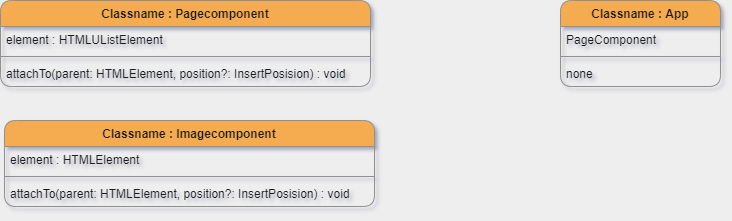
Above: ClassDiagram/class-diagram-motion-initialPage.png in goldmayo/Motion (draw.io), before the change. Source tidied: cells renumbered, new cells last; positions are measured from the earlier drawing's top-left corner, leaving out a move shared by most shapes.
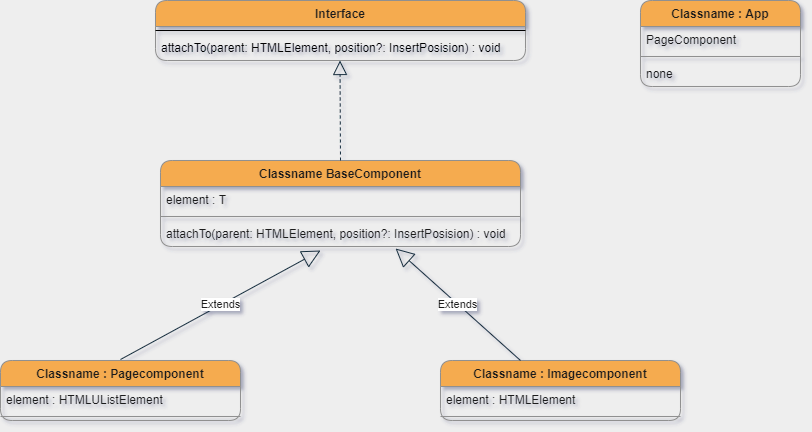
Above is the later version.

The edit, as a diff of the source:
```diff
@@ -3,7 +3,7 @@
     <mxCell id="0" />
     <mxCell id="1" parent="0" />
     <mxCell id="2" value="Classname : App" style="swimlane;fontStyle=1;align=center;verticalAlign=top;horizontal=1;startSize=26;rounded=1;strokeColor=#909090;fillColor=#F5AB50;fontColor=#1A1A1A;" parent="1" vertex="1">
-      <mxGeometry x="560" width="160" height="86" as="geometry" />
+      <mxGeometry x="360" width="160" height="86" as="geometry" />
     </mxCell>
     <mxCell id="3" value="PageComponent" style="text;strokeColor=none;fillColor=none;align=left;verticalAlign=top;spacingLeft=4;spacingRight=4;overflow=hidden;fontColor=#1A1A1A;" parent="2" vertex="1">
       <mxGeometry y="26" width="160" height="26" as="geometry" />
@@ -15,28 +15,59 @@
       <mxGeometry y="60" width="160" height="26" as="geometry" />
     </mxCell>
     <mxCell id="6" value="Classname : Pagecomponent" style="swimlane;fontStyle=1;align=center;verticalAlign=top;horizontal=1;startSize=26;rounded=1;strokeColor=#909090;fillColor=#F5AB50;fontColor=#1A1A1A;" parent="1" vertex="1">
-      <mxGeometry width="370" height="86" as="geometry" />
+      <mxGeometry x="-280" y="360" width="240" height="60" as="geometry" />
     </mxCell>
     <mxCell id="7" value="element : HTMLUListElement" style="text;strokeColor=none;fillColor=none;align=left;verticalAlign=top;spacingLeft=4;spacingRight=4;overflow=hidden;fontColor=#1A1A1A;" parent="6" vertex="1">
-      <mxGeometry y="26" width="370" height="26" as="geometry" />
+      <mxGeometry y="26" width="240" height="26" as="geometry" />
     </mxCell>
     <mxCell id="8" style="line;strokeWidth=1;fillColor=none;align=left;verticalAlign=middle;spacingTop=-1;spacingLeft=3;spacingRight=3;labelPosition=right;strokeColor=#909090;fontColor=#1A1A1A;labelBackgroundColor=#EEEEEE;" parent="6" vertex="1">
-      <mxGeometry y="52" width="370" height="8" as="geometry" />
+      <mxGeometry y="52" width="240" height="8" as="geometry" />
     </mxCell>
-    <mxCell id="9" value="attachTo(parent: HTMLElement, position?: InsertPosision) : void" style="text;strokeColor=none;fillColor=none;align=left;verticalAlign=top;spacingLeft=4;spacingRight=4;overflow=hidden;fontColor=#1A1A1A;" parent="6" vertex="1">
-      <mxGeometry y="60" width="370" height="26" as="geometry" />
-    </mxCell>
     <mxCell id="10" value="Classname : Imagecomponent" style="swimlane;fontStyle=1;align=center;verticalAlign=top;horizontal=1;startSize=26;rounded=1;strokeColor=#909090;fillColor=#F5AB50;fontColor=#1A1A1A;" parent="1" vertex="1">
-      <mxGeometry x="4" y="120" width="370" height="86" as="geometry" />
+      <mxGeometry x="160" y="360" width="240" height="60" as="geometry" />
     </mxCell>
     <mxCell id="11" value="element : HTMLElement" style="text;strokeColor=none;fillColor=none;align=left;verticalAlign=top;spacingLeft=4;spacingRight=4;overflow=hidden;fontColor=#1A1A1A;" parent="10" vertex="1">
-      <mxGeometry y="26" width="370" height="26" as="geometry" />
+      <mxGeometry y="26" width="240" height="26" as="geometry" />
     </mxCell>
-    <mxCell id="12" style="line;strokeWidth=1;fillColor=none;align=left;verticalAlign=middle;spacingTop=-1;spacingLeft=3;spacingRight=3;labelPosition=right;strokeColor=#909090;fontColor=#1A1A1A;labelBackgroundColor=#EEEEEE;" parent="10" vertex="1">
-      <mxGeometry y="52" width="370" height="8" as="geometry" />
-    </mxCell>
-    <mxCell id="13" value="attachTo(parent: HTMLElement, position?: InsertPosision) : void" style="text;strokeColor=none;fillColor=none;align=left;verticalAlign=top;spacingLeft=4;spacingRight=4;overflow=hidden;fontColor=#1A1A1A;" parent="10" vertex="1">
-      <mxGeometry y="60" width="370" height="26" as="geometry" />
-    </mxCell>
+    <mxCell id="14" style="line;strokeWidth=1;fillColor=none;align=left;verticalAlign=middle;spacingTop=-1;spacingLeft=3;spacingRight=3;labelPosition=right;strokeColor=#909090;fontColor=#1A1A1A;labelBackgroundColor=#EEEEEE;" parent="10" vertex="1">
+      <mxGeometry y="52" width="240" height="8" as="geometry" />
+    </mxCell>
+    <mxCell id="15" value="Classname BaseComponent" style="swimlane;fontStyle=1;align=center;verticalAlign=top;horizontal=1;startSize=26;fillColor=#F5AB50;strokeColor=#909090;fontColor=#1A1A1A;rounded=1;" parent="1" vertex="1">
+      <mxGeometry x="-120" y="160" width="360" height="86" as="geometry" />
+    </mxCell>
+    <mxCell id="16" value="element : T" style="text;strokeColor=none;fillColor=none;align=left;verticalAlign=top;spacingLeft=4;spacingRight=4;overflow=hidden;fontColor=#1A1A1A;" parent="15" vertex="1">
+      <mxGeometry y="26" width="360" height="26" as="geometry" />
+    </mxCell>
+    <mxCell id="17" style="line;strokeWidth=1;fillColor=none;align=left;verticalAlign=middle;spacingTop=-1;spacingLeft=3;spacingRight=3;labelPosition=right;labelBackgroundColor=#EEEEEE;strokeColor=#909090;fontColor=#1A1A1A;" parent="15" vertex="1">
+      <mxGeometry y="52" width="360" height="8" as="geometry" />
+    </mxCell>
+    <mxCell id="18" value="attachTo(parent: HTMLElement, position?: InsertPosision) : void" style="text;strokeColor=none;fillColor=none;align=left;verticalAlign=top;spacingLeft=4;spacingRight=4;overflow=hidden;points=[[0,0.5],[1,0.5]];portConstraint=eastwest;fontColor=#1A1A1A;" parent="15" vertex="1">
+      <mxGeometry y="60" width="360" height="26" as="geometry" />
+    </mxCell>
+    <mxCell id="19" value="Interface" style="swimlane;fontStyle=1;align=center;verticalAlign=top;horizontal=1;startSize=26;rounded=1;sketch=0;fontColor=#1A1A1A;strokeColor=#909090;fillColor=#F5AB50;" parent="1" vertex="1">
+      <mxGeometry x="-125" width="370" height="60" as="geometry" />
+    </mxCell>
+    <mxCell id="20" style="line;strokeWidth=1;fillColor=none;align=left;verticalAlign=middle;spacingTop=-1;spacingLeft=3;spacingRight=3;labelPosition=right;" parent="19" vertex="1">
+      <mxGeometry y="26" width="370" height="8" as="geometry" />
+    </mxCell>
+    <mxCell id="21" value="attachTo(parent: HTMLElement, position?: InsertPosision) : void" style="text;strokeColor=none;fillColor=none;align=left;verticalAlign=top;spacingLeft=4;spacingRight=4;overflow=hidden;" parent="19" vertex="1">
+      <mxGeometry y="34" width="370" height="26" as="geometry" />
+    </mxCell>
+    <mxCell id="22" style="endArrow=block;dashed=1;endFill=0;endSize=12;html=1;fontColor=#1A1A1A;strokeColor=#182E3E;exitX=0.5;exitY=0;exitDx=0;exitDy=0;" parent="1" edge="1" source="15">
+      <mxGeometry relative="1" as="geometry">
+        <mxPoint x="59.5" y="60" as="targetPoint" />
+      </mxGeometry>
+    </mxCell>
+    <mxCell id="23" value="Extends" style="endArrow=block;endSize=16;endFill=0;html=1;fontColor=#1A1A1A;strokeColor=#182E3E;" parent="1" edge="1">
+      <mxGeometry relative="1" as="geometry">
+        <mxPoint x="-160" y="359" as="sourcePoint" />
+        <mxPoint x="40" y="250" as="targetPoint" />
+      </mxGeometry>
+    </mxCell>
+    <mxCell id="24" value="Extends" style="endArrow=block;endSize=16;endFill=0;html=1;fontColor=#1A1A1A;strokeColor=#182E3E;entryX=0.653;entryY=1.077;entryDx=0;entryDy=0;entryPerimeter=0;" parent="1" edge="1" target="18">
+      <mxGeometry relative="1" as="geometry">
+        <mxPoint x="240" y="360" as="sourcePoint" />
+      </mxGeometry>
+    </mxCell>
   </root>
 </mxGraphModel>
```
